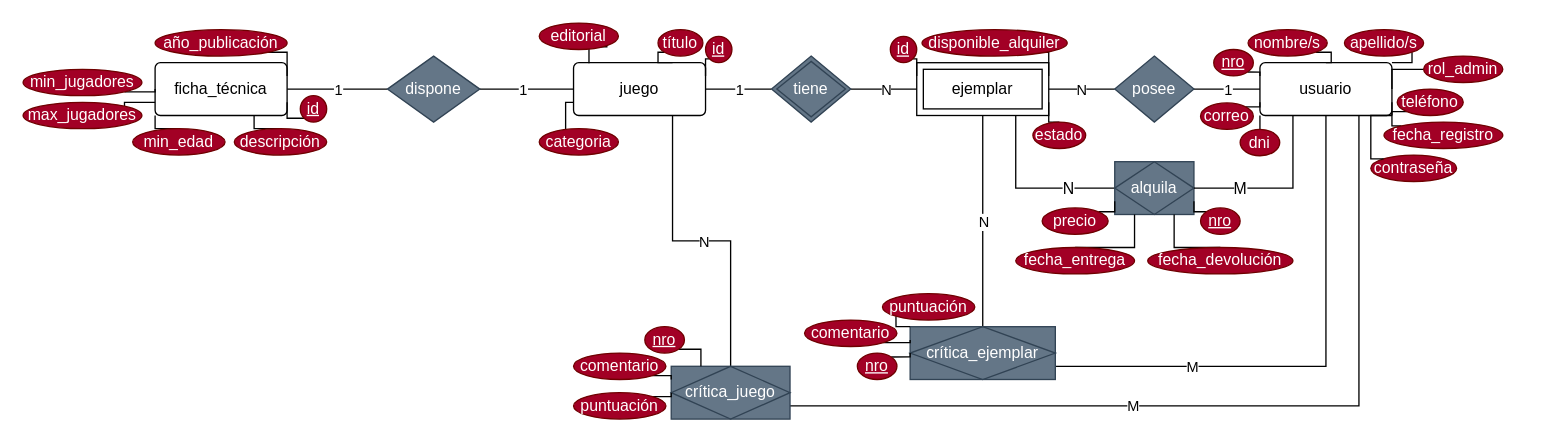
Above: DER-Vuelta-al-Tablero.drawio in SancLucas/Vuelta-al-Tablero (draw.io), before the change. Source tidied: cells renumbered, new cells numbered last; positions are measured from the earlier drawing's top-left corner, leaving out a move shared by most shapes. Both pictures are drawn from the tidied source at 132%, with x=0, y=0 at pixel (22, 22).
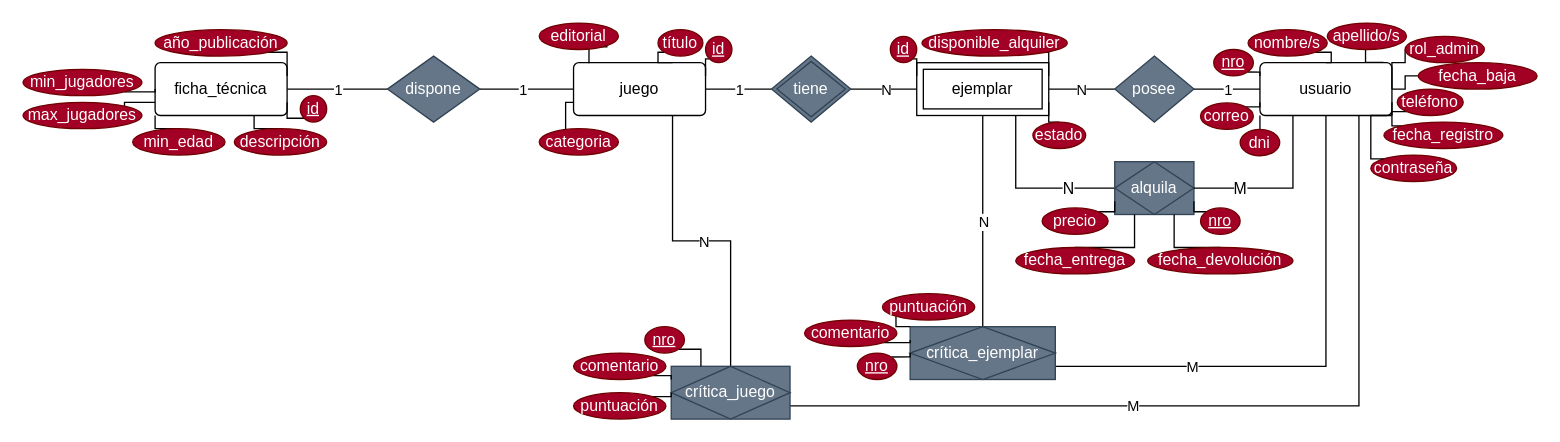
The same page after the edit.

Unchanged cells that the change refers to:
```xml
<mxCell id="5" value="usuario" style="rounded=1;arcSize=10;whiteSpace=wrap;html=1;align=center;" parent="1" vertex="1">
  <mxGeometry x="937" y="30" width="100" height="40" as="geometry" />
</mxCell>
```

Diff of the diagram source:
```diff
@@
-    <mxCell id="48" style="edgeStyle=orthogonalEdgeStyle;rounded=0;jettySize=auto;html=1;exitX=1;exitY=1;exitDx=0;exitDy=0;entryX=1;entryY=0;entryDx=0;entryDy=0;endArrow=none;endFill=0;" parent="1" edge="1" source="49" target="5">
-      <mxGeometry relative="1" as="geometry">
+    <mxCell id="48" style="edgeStyle=orthogonalEdgeStyle;rounded=0;jettySize=auto;html=1;exitX=0.5;exitY=1;exitDx=0;exitDy=0;entryX=0.935;entryY=-0.007;entryDx=0;entryDy=0;endArrow=none;endFill=0;entryPerimeter=0;" parent="1" edge="1" source="49" target="5">
+      <mxGeometry x="0.28" relative="1" as="geometry">
         <Array as="points">
-          <mxPoint x="1052.2" y="30" />
+          <mxPoint x="1018" y="17.1" />
+          <mxPoint x="1017" y="17.1" />
+          <mxPoint x="1017" y="29.7" />
         </Array>
       </mxGeometry>
     </mxCell>
     <mxCell id="49" value="apellido/s" style="ellipse;whiteSpace=wrap;html=1;align=center;fillColor=#a20025;fontColor=#ffffff;strokeColor=#6F0000;" parent="1" vertex="1">
-      <mxGeometry x="1001" y="5" width="60" height="20" as="geometry" />
+      <mxGeometry x="988" width="60" height="20" as="geometry" />
     </mxCell>
@@
     <mxCell id="98" style="edgeStyle=orthogonalEdgeStyle;rounded=0;jettySize=auto;html=1;exitX=0;exitY=0.5;exitDx=0;exitDy=0;entryX=1;entryY=0.5;entryDx=0;entryDy=0;endArrow=none;endFill=0;" parent="1" edge="1" source="99" target="5">
-      <mxGeometry relative="1" as="geometry" />
+      <mxGeometry x="0.02" relative="1" as="geometry">
+        <Array as="points">
+          <mxPoint x="1047" y="30" />
+          <mxPoint x="1037" y="30" />
+        </Array>
+      </mxGeometry>
     </mxCell>
     <mxCell id="99" value="rol_admin" style="ellipse;whiteSpace=wrap;html=1;align=center;fillColor=#a20025;fontColor=#ffffff;strokeColor=#6F0000;" parent="1" vertex="1">
-      <mxGeometry x="1061" y="25" width="60" height="20" as="geometry" />
+      <mxGeometry x="1047" y="10" width="60" height="20" as="geometry" />
     </mxCell>
+    <mxCell id="100" style="edgeStyle=orthogonalEdgeStyle;rounded=0;jettySize=auto;html=1;exitX=0;exitY=0.5;exitDx=0;exitDy=0;entryX=1;entryY=0.5;entryDx=0;entryDy=0;endArrow=none;endFill=0;" parent="1" edge="1" source="101" target="5">
+      <mxGeometry relative="1" as="geometry">
+        <Array as="points">
+          <mxPoint x="1047" y="40" />
+          <mxPoint x="1047" y="50" />
+        </Array>
+      </mxGeometry>
+    </mxCell>
+    <mxCell id="101" value="fecha_baja" style="ellipse;whiteSpace=wrap;html=1;align=center;fillColor=#a20025;fontColor=#ffffff;strokeColor=#6F0000;" parent="1" vertex="1">
+      <mxGeometry x="1057" y="30" width="90" height="20" as="geometry" />
+    </mxCell>
```
